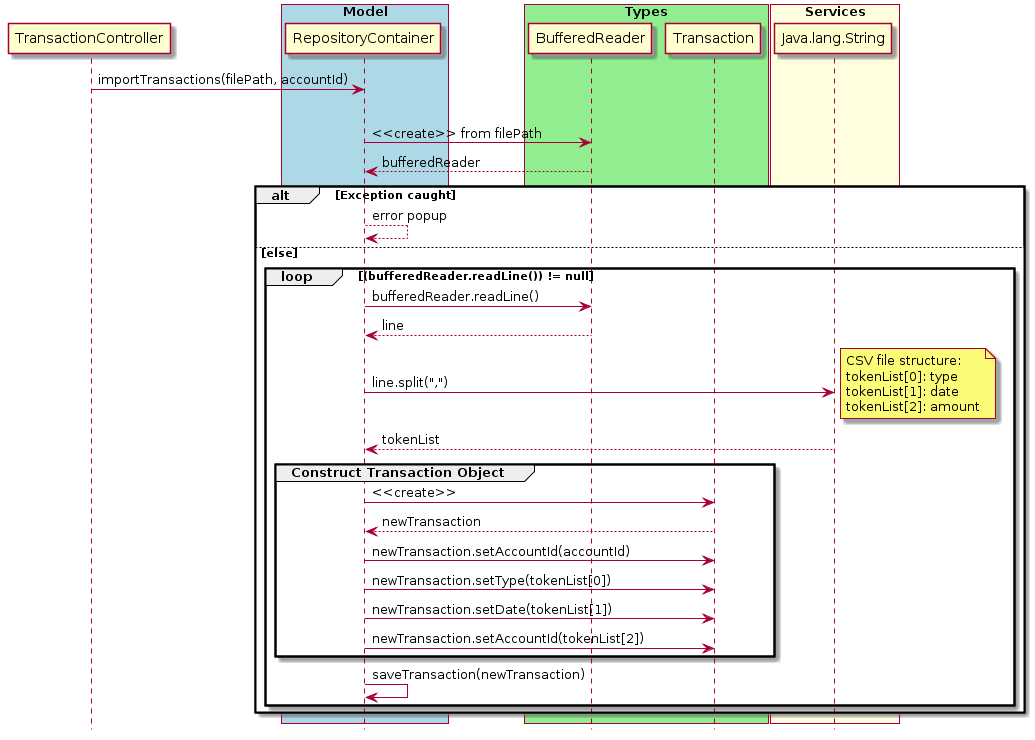
This is Documentation/Diagrams/sequence/importLowLevel.png from melanie-t/budget-planner-app, a PlantUML export, as it was before one commit.
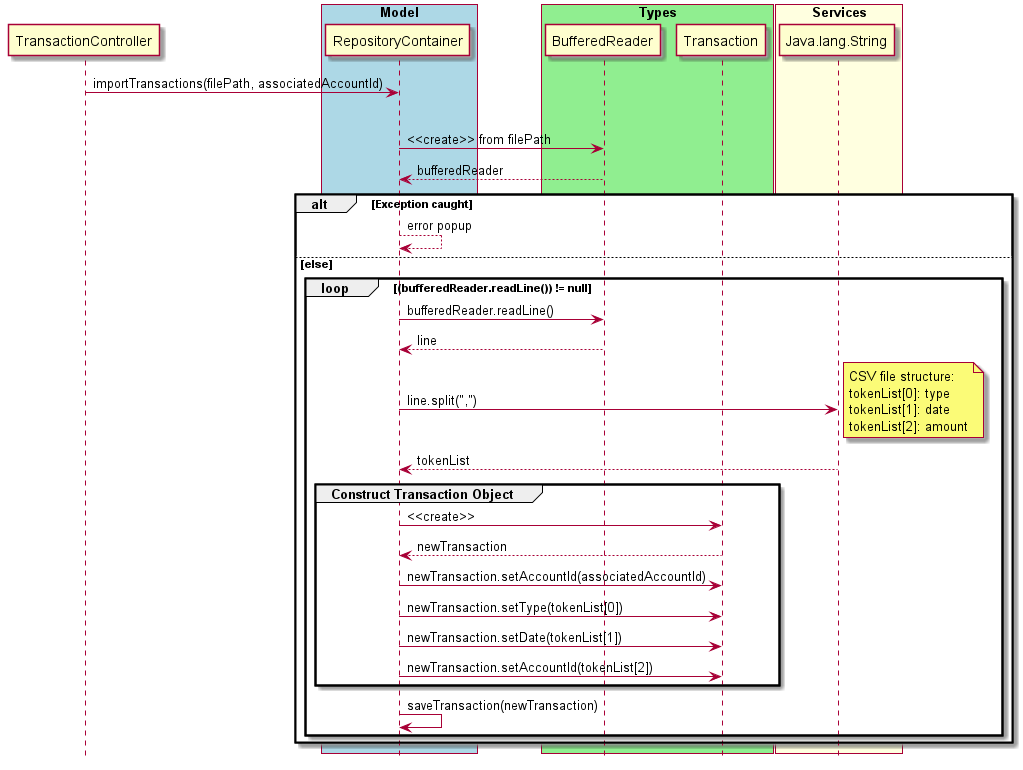
The same diagram one commit later.

Commit message:
Javadoc SQLStringFactory javadoc'd

Change to the diagram source:
```diff
@@ -13,7 +13,7 @@
 participant Java.lang.String
 end box
 
-TransactionController -> RepositoryContainer : importTransactions(filePath, accountId)
+TransactionController -> RepositoryContainer : importTransactions(filePath, associatedAccountId)
 
 group Model
     RepositoryContainer -> BufferedReader : <<create>> from filePath
@@ -37,7 +37,7 @@
             RepositoryContainer -> Transaction : <<create>>
             RepositoryContainer <-- Transaction : newTransaction
 
-            RepositoryContainer -> Transaction : newTransaction.setAccountId(accountId)
+            RepositoryContainer -> Transaction : newTransaction.setAccountId(associatedAccountId)
             RepositoryContainer -> Transaction : newTransaction.setType(tokenList[0])
             RepositoryContainer -> Transaction : newTransaction.setDate(tokenList[1])
             RepositoryContainer -> Transaction : newTransaction.setAccountId(tokenList[2])
```
